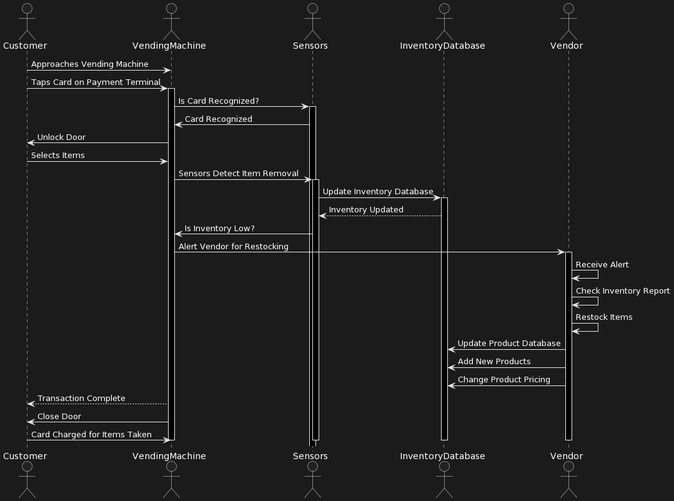
This is plantUML/sequence.png from Erkesto/practice, a PlantUML export, as it was before one commit.
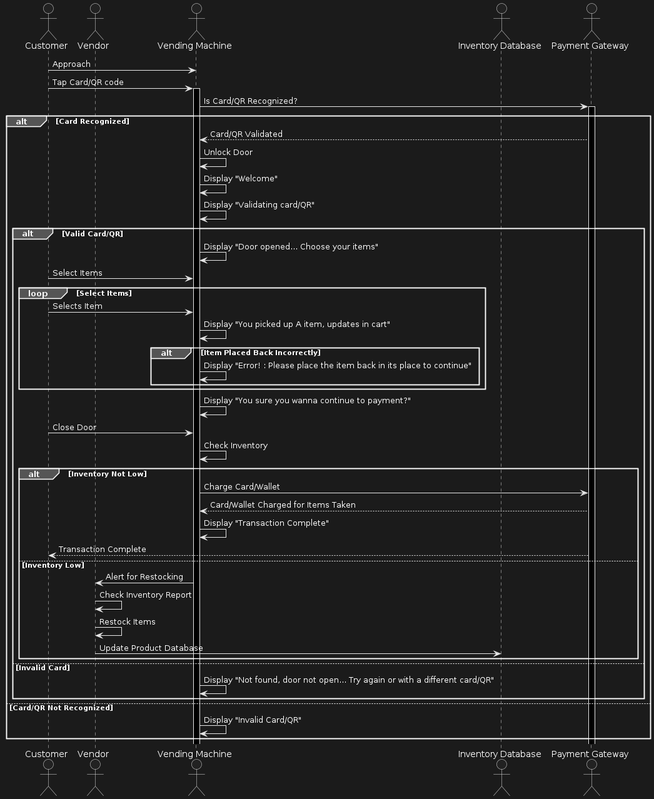
After the commit.

The edit, as a diff of the source:
```diff
@@ -1,37 +1,49 @@
 @startuml
 actor Customer
-actor VendingMachine
-actor Sensors
-actor InventoryDatabase
 actor Vendor
+actor "Vending Machine" as VM
+actor "Inventory Database" as DB
+actor "Payment Gateway" as PG
 
-Customer -> VendingMachine: Approaches Vending Machine
-Customer -> VendingMachine: Taps Card on Payment Terminal
-activate VendingMachine
-VendingMachine -> Sensors: Is Card Recognized?
-activate Sensors
-Sensors -> VendingMachine: Card Recognized
-VendingMachine -> Customer: Unlock Door
-Customer -> VendingMachine: Selects Items
-VendingMachine -> Sensors: Sensors Detect Item Removal
-activate Sensors
-Sensors -> InventoryDatabase: Update Inventory Database
-activate InventoryDatabase
-InventoryDatabase --> Sensors: Inventory Updated
-Sensors -> VendingMachine: Is Inventory Low?
-VendingMachine -> Vendor: Alert Vendor for Restocking
-activate Vendor
-Vendor -> Vendor: Receive Alert
-Vendor -> Vendor: Check Inventory Report
-Vendor -> Vendor: Restock Items
-Vendor -> InventoryDatabase: Update Product Database
-Vendor -> InventoryDatabase: Add New Products
-Vendor -> InventoryDatabase: Change Product Pricing
-VendingMachine --> Customer: Transaction Complete
-VendingMachine -> Customer: Close Door
-Customer -> VendingMachine: Card Charged for Items Taken
-deactivate Sensors
-deactivate InventoryDatabase
-deactivate Vendor
-deactivate VendingMachine
+Customer -> VM: Approach
+Customer -> VM: Tap Card/QR code
+activate VM
+VM -> PG: Is Card/QR Recognized?
+activate PG
+alt Card Recognized
+    PG --> VM: Card/QR Validated
+    VM -> VM: Unlock Door
+    VM -> VM: Display "Welcome"
+    VM -> VM: Display "Validating card/QR"
+    alt Valid Card/QR
+        VM -> VM: Display "Door opened... Choose your items"
+        Customer -> VM: Select Items
+        loop Select Items
+            Customer -> VM: Selects Item
+            VM -> VM: Display "You picked up A item, updates in cart"
+            alt Item Placed Back Incorrectly
+                VM -> VM: Display "Error! : Please place the item back in its place to continue"
+            end
+        end
+
+        VM -> VM: Display "You sure you wanna continue to payment?"
+        Customer -> VM: Close Door
+        VM -> VM: Check Inventory
+        alt Inventory Not Low
+            VM -> PG: Charge Card/Wallet
+            PG --> VM: Card/Wallet Charged for Items Taken
+            VM -> VM: Display "Transaction Complete"
+            PG --> Customer: Transaction Complete
+        else Inventory Low
+            VM -> Vendor: Alert for Restocking
+            Vendor -> Vendor: Check Inventory Report
+            Vendor -> Vendor: Restock Items
+            Vendor -> DB: Update Product Database
+        end
+    else Invalid Card
+        VM -> VM: Display "Not found, door not open... Try again or with a different card/QR"
+    end
+else Card/QR Not Recognized
+    VM -> VM: Display "Invalid Card/QR"
+end
 @enduml
```
